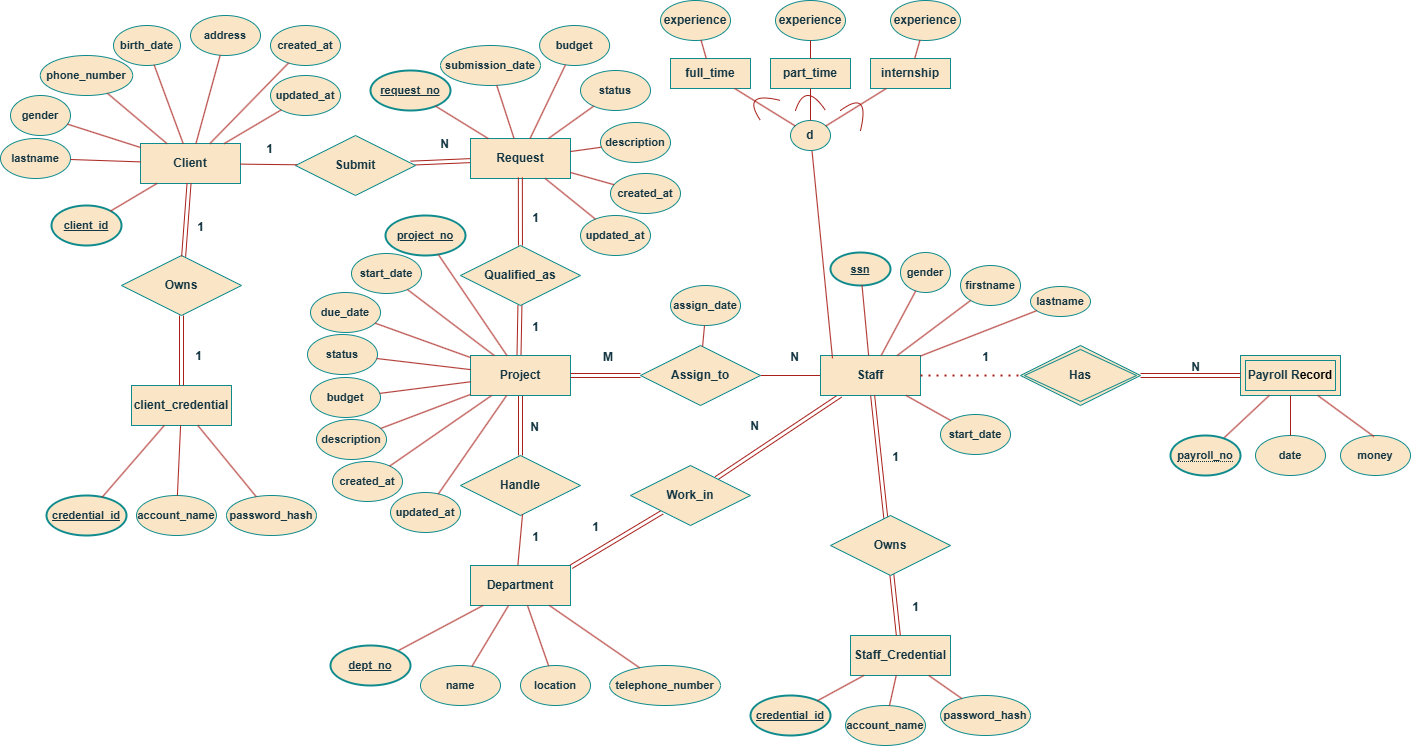
Above: images/ERD.png in TsungTseTu122/ad-submission-system-postgres (draw.io), before the change. Source tidied: cells renumbered, new cells last; positions are measured from the earlier drawing's top-left corner, leaving out a move shared by most shapes.
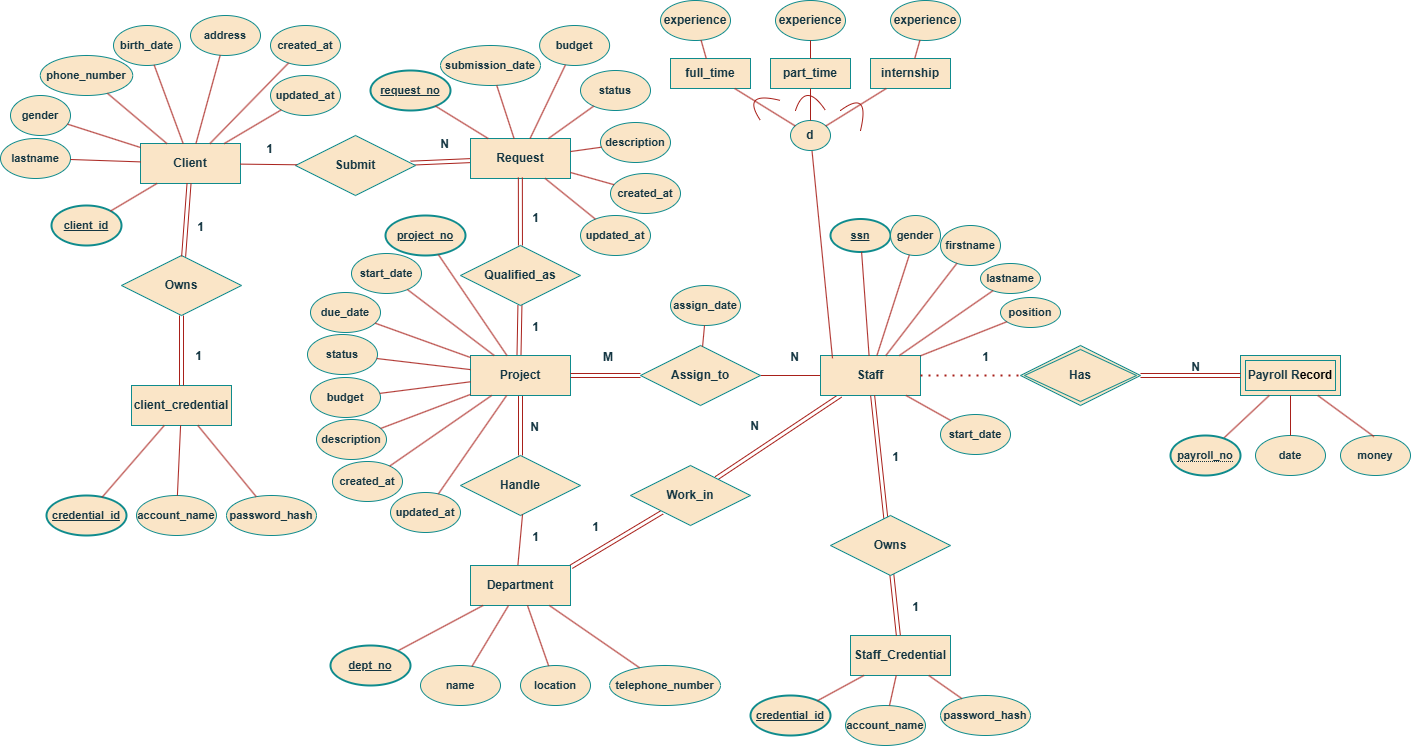
Above is the later version.

Diff of the diagram source:
```diff
@@ -1,4 +1,4 @@
-<mxGraphModel>
+<mxGraphModel background="#FFFFFF">
   <root>
     <mxCell id="0" />
     <mxCell id="1" parent="0" />
@@ -228,7 +228,7 @@
       <mxGeometry relative="1" as="geometry" />
     </mxCell>
     <mxCell id="65" value="firstname" style="ellipse;whiteSpace=wrap;html=1;fontFamily=Helvetica;fontSize=11;fontColor=#143642;labelBackgroundColor=none;comic=0;enumerate=0;backgroundOutline=0;fixDash=0;fillColor=#FAE5C7;strokeColor=#0F8B8D;fontStyle=1;" parent="1" vertex="1">
-      <mxGeometry x="960" y="265" width="60" height="40" as="geometry" />
+      <mxGeometry x="940" y="225" width="60" height="40" as="geometry" />
     </mxCell>
     <mxCell id="66" style="endArrow=none;html=1;rounded=0;strokeColor=#A8201A;align=center;verticalAlign=middle;fontFamily=Helvetica;fontSize=11;fontColor=default;labelBackgroundColor=none;comic=0;enumerate=0;backgroundOutline=0;fixDash=0;fontStyle=1;" parent="1" edge="1" source="65" target="16">
       <mxGeometry relative="1" as="geometry" />
@@ -322,7 +322,7 @@
       <mxGeometry relative="1" as="geometry" />
     </mxCell>
     <mxCell id="95" value="&lt;span&gt;ssn&lt;/span&gt;" style="ellipse;whiteSpace=wrap;html=1;fontFamily=Helvetica;fontSize=11;fontColor=#143642;labelBackgroundColor=none;comic=0;enumerate=0;backgroundOutline=0;fixDash=0;fillColor=#FAE5C7;strokeColor=#0F8B8D;fontStyle=5;strokeWidth=2;" parent="1" vertex="1">
-      <mxGeometry x="830" y="252" width="60" height="33" as="geometry" />
+      <mxGeometry x="830" y="218.5" width="60" height="33" as="geometry" />
     </mxCell>
     <mxCell id="96" style="endArrow=none;html=1;rounded=0;strokeColor=#A8201A;align=center;verticalAlign=middle;fontFamily=Helvetica;fontSize=11;fontColor=default;labelBackgroundColor=none;comic=0;enumerate=0;backgroundOutline=0;fixDash=0;fontStyle=1;" parent="1" edge="1" source="95" target="16">
       <mxGeometry relative="1" as="geometry" />
@@ -404,13 +404,13 @@
       </mxGeometry>
     </mxCell>
     <mxCell id="115" value="gender" style="ellipse;whiteSpace=wrap;html=1;fontFamily=Helvetica;fontSize=11;fontColor=#143642;labelBackgroundColor=none;comic=0;enumerate=0;backgroundOutline=0;fixDash=0;fillColor=#FAE5C7;strokeColor=#0F8B8D;fontStyle=1;" parent="1" vertex="1">
-      <mxGeometry x="900" y="252" width="50" height="40" as="geometry" />
+      <mxGeometry x="890" y="215" width="50" height="40" as="geometry" />
     </mxCell>
     <mxCell id="116" style="endArrow=none;html=1;rounded=0;strokeColor=#A8201A;align=center;verticalAlign=middle;fontFamily=Helvetica;fontSize=11;fontColor=default;labelBackgroundColor=none;comic=0;enumerate=0;backgroundOutline=0;fixDash=0;fontStyle=1;" parent="1" edge="1" source="115" target="16">
       <mxGeometry relative="1" as="geometry" />
     </mxCell>
     <mxCell id="117" value="lastname" style="ellipse;whiteSpace=wrap;html=1;fontFamily=Helvetica;fontSize=11;fontColor=#143642;labelBackgroundColor=none;comic=0;enumerate=0;backgroundOutline=0;fixDash=0;fillColor=#FAE5C7;strokeColor=#0F8B8D;fontStyle=1;" parent="1" vertex="1">
-      <mxGeometry x="1030" y="286" width="60" height="30" as="geometry" />
+      <mxGeometry x="980" y="263" width="60" height="30" as="geometry" />
     </mxCell>
     <mxCell id="118" style="endArrow=none;html=1;rounded=0;strokeColor=#A8201A;align=center;verticalAlign=middle;fontFamily=Helvetica;fontSize=11;fontColor=default;labelBackgroundColor=none;comic=0;enumerate=0;backgroundOutline=0;fixDash=0;fontStyle=1;" parent="1" edge="1" source="117" target="16">
       <mxGeometry relative="1" as="geometry" />
@@ -511,5 +511,11 @@
     <mxCell id="150" style="endArrow=none;html=1;rounded=0;strokeColor=#A8201A;align=center;verticalAlign=middle;fontFamily=Helvetica;fontSize=11;fontColor=default;labelBackgroundColor=none;comic=0;enumerate=0;backgroundOutline=0;fixDash=0;fontStyle=1;" parent="1" edge="1" source="149" target="16">
       <mxGeometry relative="1" as="geometry" />
     </mxCell>
+    <mxCell id="151" value="position" style="ellipse;whiteSpace=wrap;html=1;fontFamily=Helvetica;fontSize=11;fontColor=#143642;labelBackgroundColor=none;comic=0;enumerate=0;backgroundOutline=0;fixDash=0;fillColor=#FAE5C7;strokeColor=#0F8B8D;fontStyle=1;" parent="1" vertex="1">
+      <mxGeometry x="1000" y="297" width="60" height="30" as="geometry" />
+    </mxCell>
+    <mxCell id="152" style="endArrow=none;html=1;rounded=0;strokeColor=#A8201A;align=center;verticalAlign=middle;fontFamily=Helvetica;fontSize=11;fontColor=default;labelBackgroundColor=none;comic=0;enumerate=0;backgroundOutline=0;fixDash=0;fontStyle=1;" parent="1" edge="1" source="151" target="16">
+      <mxGeometry relative="1" as="geometry" />
+    </mxCell>
   </root>
 </mxGraphModel>
```
